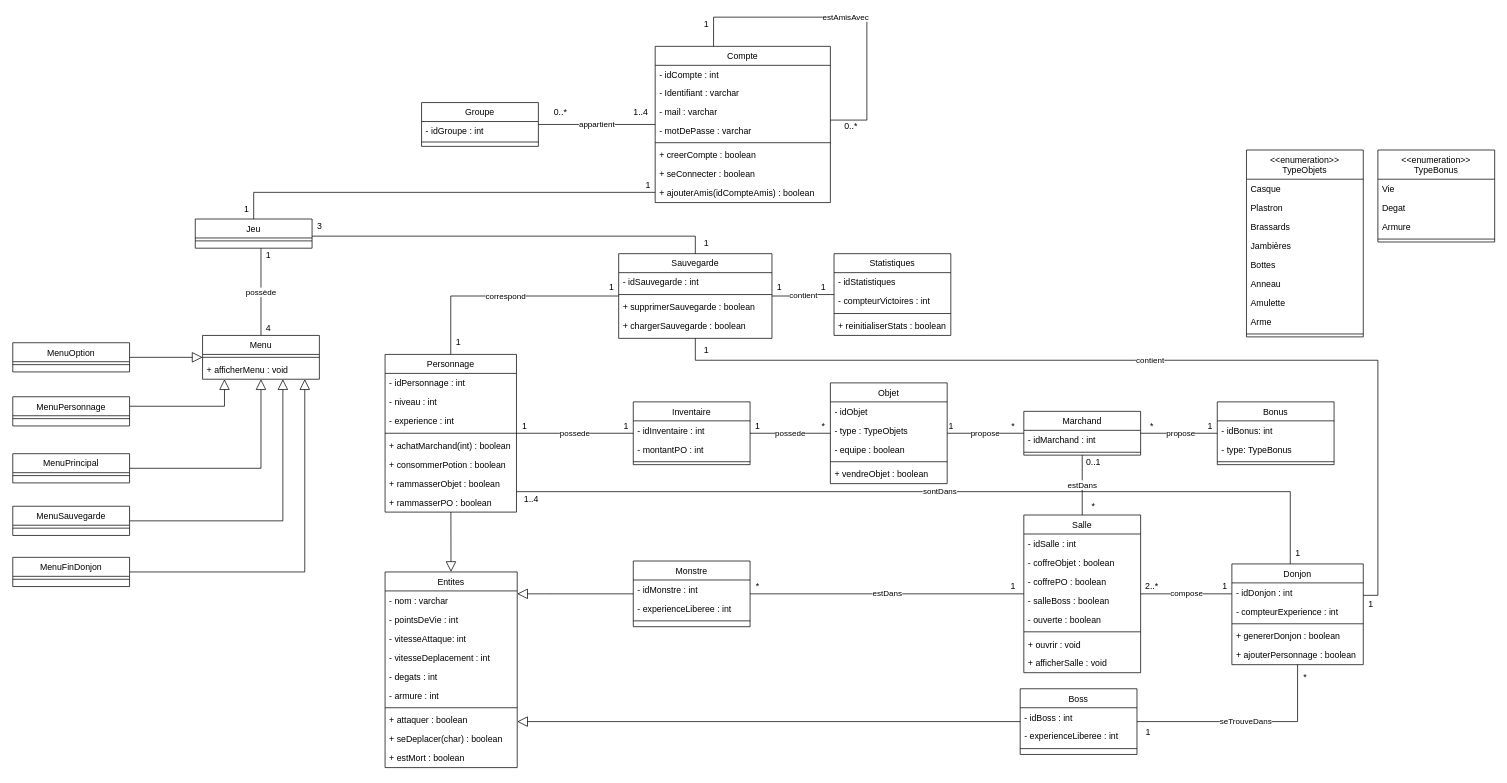
Above: Diagrammes/Diagramme de classe/Diagramme de classe.drawio in Eoloc/M1MIAGE_ProjetUML (draw.io), before the change. Source tidied: cells renumbered, new cells numbered last; positions are measured from the earlier drawing's top-left corner, leaving out a move shared by most shapes. Both pictures are drawn from the tidied source at 73%, with x=0, y=0 at pixel (12, 17).
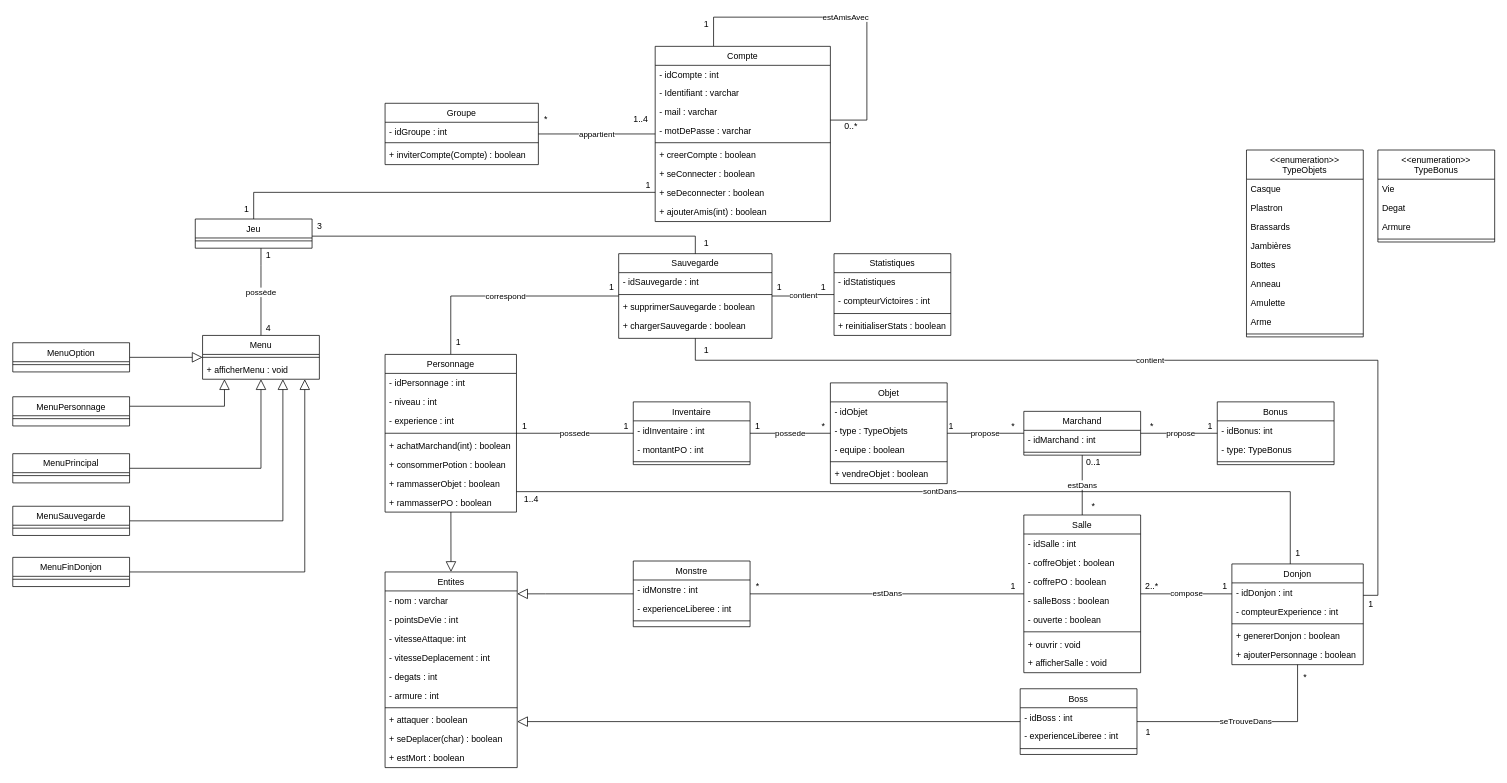
The same diagram, later.

Commit message:
Fix Diagramme de classe

Diff of the diagram source:
```diff
@@
-    <mxCell id="37" value="0..*" style="text;html=1;align=center;verticalAlign=middle;" parent="1" vertex="1">
-      <mxGeometry x="735" y="120" width="30" height="20" as="geometry" />
+    <mxCell id="37" value="*" style="text;html=1;align=center;verticalAlign=middle;" parent="1" vertex="1">
+      <mxGeometry x="720" y="130" width="20" height="20" as="geometry" />
     </mxCell>
     <mxCell id="38" value="1..4" style="text;html=1;align=center;verticalAlign=middle;" parent="1" vertex="1">
-      <mxGeometry x="840" y="120" width="40" height="20" as="geometry" />
+      <mxGeometry x="840" y="130" width="40" height="20" as="geometry" />
     </mxCell>
@@
     <mxCell id="73" value="Compte" style="swimlane;fontStyle=0;align=center;verticalAlign=top;horizontal=1;startSize=26;rounded=0;shadow=0;strokeWidth=1;" parent="1" vertex="1">
-      <mxGeometry x="880" y="40" width="240" height="214" as="geometry" />
+      <mxGeometry x="880" y="40" width="240" height="240" as="geometry" />
     </mxCell>
@@
+    <mxCell id="173" value="+ seDeconnecter : boolean" style="text;align=left;verticalAlign=top;spacingLeft=4;spacingRight=4;overflow=hidden;rounded=0;shadow=0;html=0;" parent="73" vertex="1">
+      <mxGeometry y="188" width="240" height="26" as="geometry" />
+    </mxCell>
-    <mxCell id="81" value="+ ajouterAmis(idCompteAmis) : boolean" style="text;align=left;verticalAlign=top;spacingLeft=4;spacingRight=4;overflow=hidden;rounded=0;shadow=0;html=0;" parent="73" vertex="1">
-      <mxGeometry y="188" width="240" height="26" as="geometry" />
+    <mxCell id="81" value="+ ajouterAmis(int) : boolean" style="text;align=left;verticalAlign=top;spacingLeft=4;spacingRight=4;overflow=hidden;rounded=0;shadow=0;html=0;" parent="73" vertex="1">
+      <mxGeometry y="214" width="240" height="26" as="geometry" />
     </mxCell>
     <mxCell id="82" value="Groupe" style="swimlane;fontStyle=0;align=center;verticalAlign=top;horizontal=1;startSize=26;rounded=0;shadow=0;strokeWidth=1;" parent="1" vertex="1">
-      <mxGeometry x="560" y="117" width="160" height="60" as="geometry" />
+      <mxGeometry x="510" y="118" width="210" height="84" as="geometry" />
     </mxCell>
     <mxCell id="83" value="- idGroupe : int" style="text;align=left;verticalAlign=top;spacingLeft=4;spacingRight=4;overflow=hidden;" parent="82" vertex="1">
-      <mxGeometry y="26" width="160" height="24" as="geometry" />
+      <mxGeometry y="26" width="210" height="24" as="geometry" />
     </mxCell>
     <mxCell id="84" style="line;html=1;strokeWidth=1;align=left;verticalAlign=middle;spacingTop=-1;spacingLeft=3;spacingRight=3;labelPosition=right;" parent="82" vertex="1">
-      <mxGeometry y="50" width="160" height="8" as="geometry" />
+      <mxGeometry y="50" width="210" height="8" as="geometry" />
     </mxCell>
+    <mxCell id="174" value="+ inviterCompte(Compte) : boolean" style="text;align=left;verticalAlign=top;spacingLeft=4;spacingRight=4;overflow=hidden;rounded=0;shadow=0;html=0;" parent="82" vertex="1">
+      <mxGeometry y="58" width="210" height="26" as="geometry" />
+    </mxCell>
```
